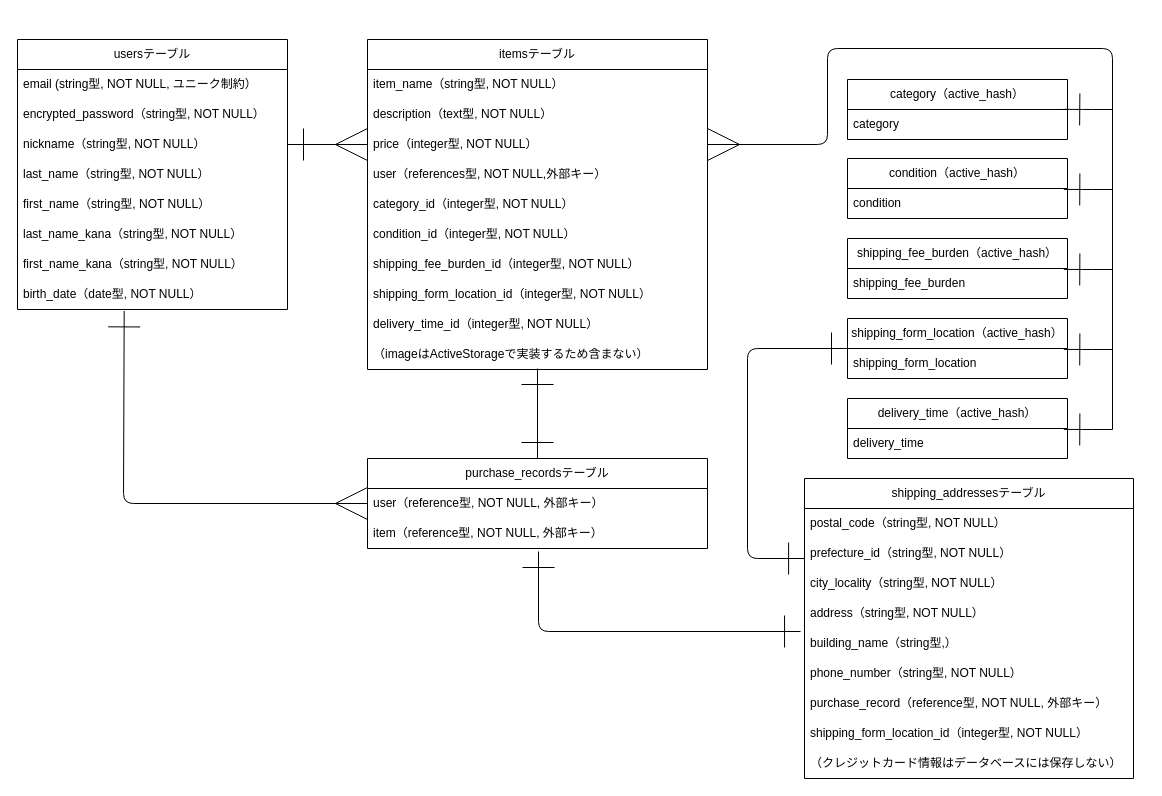
kakinotane77/furima-41868 keeps this draw.io diagram as ER.dio. Above is the earlier version. Source tidied: cells renumbered, new cells numbered last; positions are measured from the earlier drawing's top-left corner, leaving out a move shared by most shapes. Both pictures are drawn from the tidied source at 100%, with x=0, y=0 at pixel (17, 39).
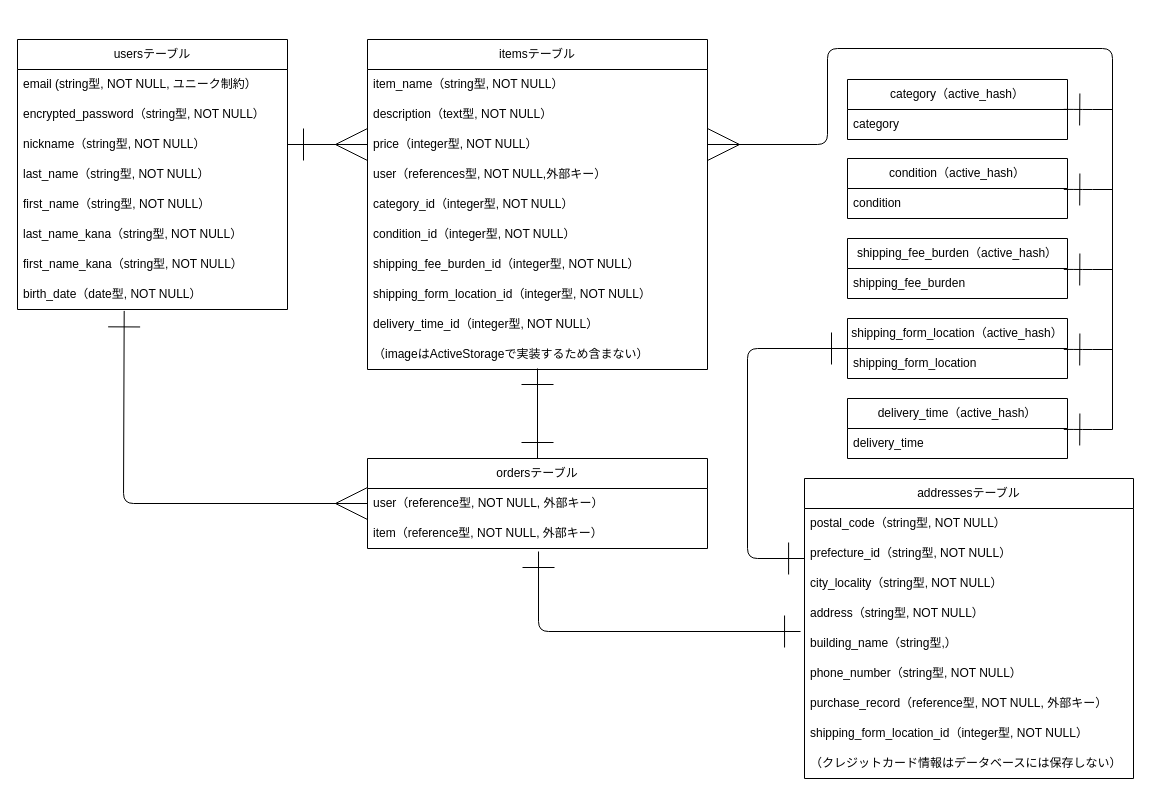
After the change.

The edit, as a diff of the source:
```diff
@@
-    <mxCell id="23" value="purchase_recordsテーブル" style="swimlane;fontStyle=0;horizontal=1;startSize=30;whiteSpace=wrap;html=1;" parent="1" vertex="1">
+    <mxCell id="23" value="ordersテーブル" style="swimlane;fontStyle=0;horizontal=1;startSize=30;whiteSpace=wrap;html=1;" parent="1" vertex="1">
       <mxGeometry x="350" y="419" width="340" height="90" as="geometry" />
     </mxCell>
@@
-    <mxCell id="43" value="shipping_addressesテーブル" style="swimlane;fontStyle=0;horizontal=1;startSize=30;whiteSpace=wrap;html=1;" parent="1" vertex="1">
+    <mxCell id="43" value="addressesテーブル" style="swimlane;fontStyle=0;horizontal=1;startSize=30;whiteSpace=wrap;html=1;" parent="1" vertex="1">
       <mxGeometry x="787" y="439" width="329" height="300" as="geometry" />
     </mxCell>
```
